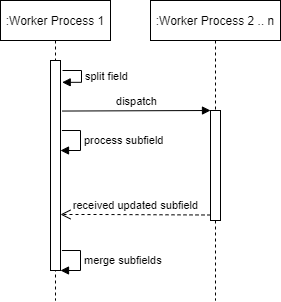
al3xfischer/wator keeps this draw.io diagram as concept/images/mpi_sequence.drawio.png. Above is the earlier version. Source tidied: cells renumbered, new cells last; positions are measured from the earlier drawing's top-left corner, leaving out a move shared by most shapes.
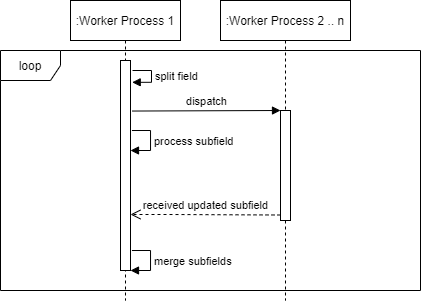
After the commit.

Commit message:
add loop frame.

What changed in the source:
```diff
@@ -2,6 +2,9 @@
   <root>
     <mxCell id="0" />
     <mxCell id="1" parent="0" />
+    <mxCell id="11" value="loop" style="shape=umlFrame;whiteSpace=wrap;html=1;" parent="1" vertex="1">
+      <mxGeometry x="-70" y="50" width="420" height="240" as="geometry" />
+    </mxCell>
     <mxCell id="2" value=":Worker Process 1" style="shape=umlLifeline;perimeter=lifelinePerimeter;whiteSpace=wrap;html=1;" parent="1" vertex="1">
       <mxGeometry width="110" height="300" as="geometry" />
     </mxCell>
```
